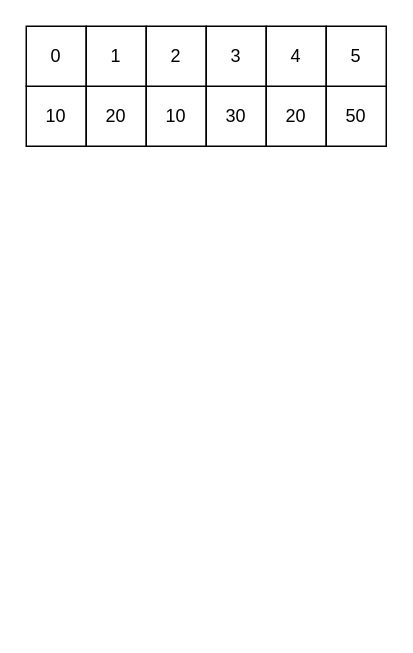
Above: codePlus/코딩테스트준비/기초/다이나믹프로그래밍 Part 1/14002 가장 긴 증가하는 부분 수열 4/14002.drawio in TaegyuHan/BackJoon_C (draw.io), before the change. Source tidied: cells renumbered, new cells numbered last; positions are measured from the earlier drawing's top-left corner, leaving out a move shared by most shapes. Both pictures are drawn from the tidied source at 150%, with x=0, y=0 at pixel (26, 26).
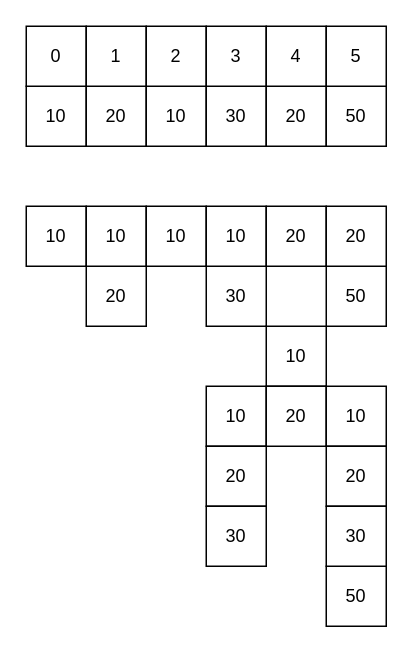
The same diagram, later.

Diff of the diagram source:
```diff
@@
+    <mxCell id="14" value="10" style="rounded=0;whiteSpace=wrap;html=1;" parent="1" vertex="1">
+      <mxGeometry y="120" width="40" height="40" as="geometry" />
+    </mxCell>
+    <mxCell id="15" value="20" style="rounded=0;whiteSpace=wrap;html=1;" parent="1" vertex="1">
+      <mxGeometry x="40" y="160" width="40" height="40" as="geometry" />
+    </mxCell>
+    <mxCell id="16" value="10" style="rounded=0;whiteSpace=wrap;html=1;" parent="1" vertex="1">
+      <mxGeometry x="40" y="120" width="40" height="40" as="geometry" />
+    </mxCell>
+    <mxCell id="17" value="10" style="rounded=0;whiteSpace=wrap;html=1;" parent="1" vertex="1">
+      <mxGeometry x="80" y="120" width="40" height="40" as="geometry" />
+    </mxCell>
+    <mxCell id="18" value="30" style="rounded=0;whiteSpace=wrap;html=1;" parent="1" vertex="1">
+      <mxGeometry x="120" y="160" width="40" height="40" as="geometry" />
+    </mxCell>
+    <mxCell id="19" value="10" style="rounded=0;whiteSpace=wrap;html=1;" parent="1" vertex="1">
+      <mxGeometry x="120" y="120" width="40" height="40" as="geometry" />
+    </mxCell>
+    <mxCell id="20" value="10" style="rounded=0;whiteSpace=wrap;html=1;" parent="1" vertex="1">
+      <mxGeometry x="120" y="240" width="40" height="40" as="geometry" />
+    </mxCell>
+    <mxCell id="21" value="20" style="rounded=0;whiteSpace=wrap;html=1;" parent="1" vertex="1">
+      <mxGeometry x="120" y="280" width="40" height="40" as="geometry" />
+    </mxCell>
+    <mxCell id="22" value="30" style="rounded=0;whiteSpace=wrap;html=1;" parent="1" vertex="1">
+      <mxGeometry x="120" y="320" width="40" height="40" as="geometry" />
+    </mxCell>
+    <mxCell id="23" value="10" style="rounded=0;whiteSpace=wrap;html=1;" parent="1" vertex="1">
+      <mxGeometry x="160" y="200" width="40" height="40" as="geometry" />
+    </mxCell>
+    <mxCell id="24" value="20" style="rounded=0;whiteSpace=wrap;html=1;" parent="1" vertex="1">
+      <mxGeometry x="160" y="240" width="40" height="40" as="geometry" />
+    </mxCell>
+    <mxCell id="25" value="20" style="rounded=0;whiteSpace=wrap;html=1;" parent="1" vertex="1">
+      <mxGeometry x="160" y="120" width="40" height="40" as="geometry" />
+    </mxCell>
+    <mxCell id="26" value="50" style="rounded=0;whiteSpace=wrap;html=1;" parent="1" vertex="1">
+      <mxGeometry x="200" y="160" width="40" height="40" as="geometry" />
+    </mxCell>
+    <mxCell id="27" value="20" style="rounded=0;whiteSpace=wrap;html=1;" parent="1" vertex="1">
+      <mxGeometry x="200" y="120" width="40" height="40" as="geometry" />
+    </mxCell>
+    <mxCell id="28" value="50" style="rounded=0;whiteSpace=wrap;html=1;" parent="1" vertex="1">
+      <mxGeometry x="200" y="360" width="40" height="40" as="geometry" />
+    </mxCell>
+    <mxCell id="29" value="10" style="rounded=0;whiteSpace=wrap;html=1;" parent="1" vertex="1">
+      <mxGeometry x="200" y="240" width="40" height="40" as="geometry" />
+    </mxCell>
+    <mxCell id="30" value="20" style="rounded=0;whiteSpace=wrap;html=1;" parent="1" vertex="1">
+      <mxGeometry x="200" y="280" width="40" height="40" as="geometry" />
+    </mxCell>
+    <mxCell id="31" value="30" style="rounded=0;whiteSpace=wrap;html=1;" parent="1" vertex="1">
+      <mxGeometry x="200" y="320" width="40" height="40" as="geometry" />
+    </mxCell>
```
